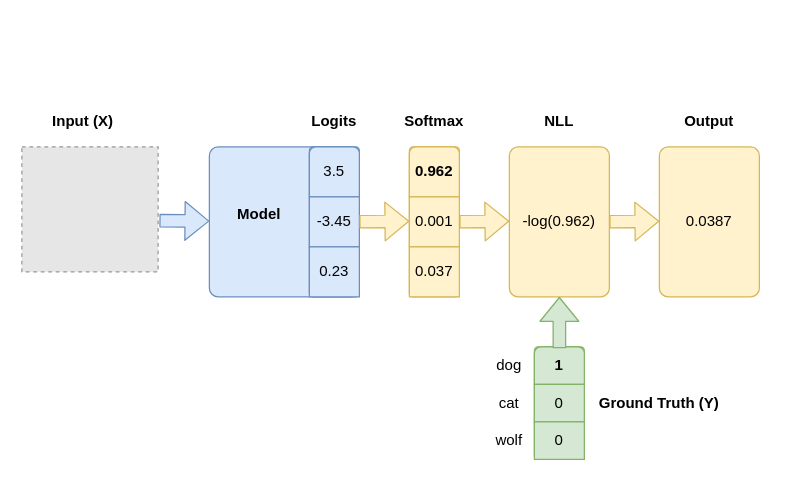
Above: notes/permanent/diagrams/cross-entropy-loss-function.drawio in lextoumbourou/notes (draw.io), before the change. Source tidied: cells renumbered, new cells numbered last; positions are measured from the earlier drawing's top-left corner, leaving out a move shared by most shapes. Both pictures are drawn from the tidied source at 125%, with x=0, y=0 at pixel (21, 109). Pictures stored in the file or linked from it are replaced by grey dashed boxes.
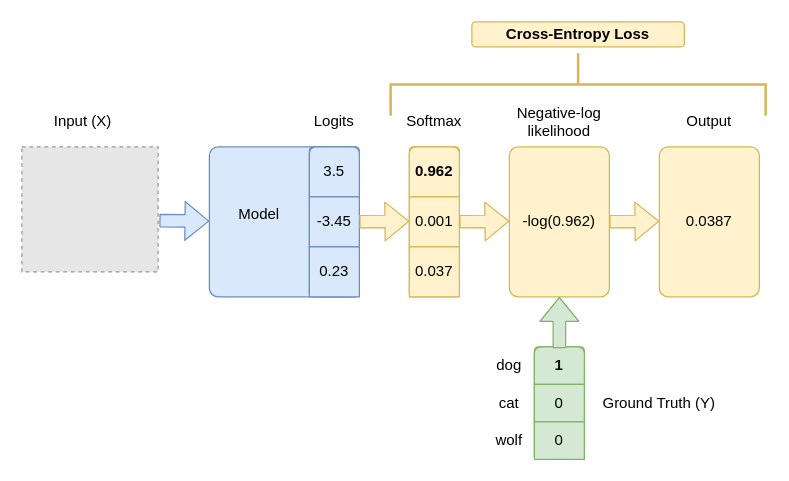
Above is the later version.

Commit message (it also covers changes not shown here):
Another pass at cross-entropy image.

Change to the diagram source:
```diff
@@
-    <mxCell id="3" value="&lt;b&gt;Input (X)&lt;/b&gt;" style="text;html=1;strokeColor=none;fillColor=none;align=center;verticalAlign=middle;whiteSpace=wrap;rounded=0;" parent="1" vertex="1">
+    <mxCell id="3" value="&lt;span&gt;Input (X)&lt;/span&gt;" style="text;html=1;strokeColor=none;fillColor=none;align=center;verticalAlign=middle;whiteSpace=wrap;rounded=0;fontStyle=0;" parent="1" vertex="1">
       <mxGeometry x="9" width="80" height="20" as="geometry" />
     </mxCell>
-    <mxCell id="4" value="&lt;b&gt;Logits&lt;br&gt;&lt;/b&gt;" style="text;html=1;strokeColor=none;fillColor=none;align=center;verticalAlign=middle;whiteSpace=wrap;rounded=0;" parent="1" vertex="1">
+    <mxCell id="4" value="&lt;span&gt;Logits&lt;br&gt;&lt;/span&gt;" style="text;html=1;strokeColor=none;fillColor=none;align=center;verticalAlign=middle;whiteSpace=wrap;rounded=0;fontStyle=0;" parent="1" vertex="1">
       <mxGeometry x="220" width="60" height="20" as="geometry" />
     </mxCell>
@@
-    <mxCell id="8" value="&lt;b&gt;Softmax&lt;br&gt;&lt;/b&gt;" style="text;html=1;strokeColor=none;fillColor=none;align=center;verticalAlign=middle;whiteSpace=wrap;rounded=0;" parent="1" vertex="1">
+    <mxCell id="8" value="&lt;span&gt;Softmax&lt;br&gt;&lt;/span&gt;" style="text;html=1;strokeColor=none;fillColor=none;align=center;verticalAlign=middle;whiteSpace=wrap;rounded=0;fontStyle=0;" parent="1" vertex="1">
       <mxGeometry x="300" width="60" height="20" as="geometry" />
     </mxCell>
-    <mxCell id="9" value="&lt;b&gt;NLL&lt;/b&gt;" style="text;html=1;strokeColor=none;fillColor=none;align=center;verticalAlign=middle;whiteSpace=wrap;rounded=0;" parent="1" vertex="1">
-      <mxGeometry x="410" width="40" height="20" as="geometry" />
+    <mxCell id="9" value="&lt;span&gt;Negative-log likelihood&lt;br&gt;&lt;/span&gt;" style="text;html=1;strokeColor=none;fillColor=none;align=center;verticalAlign=middle;whiteSpace=wrap;rounded=0;fontStyle=0;" parent="1" vertex="1">
+      <mxGeometry x="390" width="80" height="20" as="geometry" />
     </mxCell>
-    <mxCell id="10" value="&lt;b&gt;Ground Truth (Y)&lt;br&gt;&lt;/b&gt;" style="text;html=1;align=center;verticalAlign=middle;whiteSpace=wrap;rounded=0;" parent="1" vertex="1">
+    <mxCell id="10" value="&lt;span&gt;Ground Truth (Y)&lt;br&gt;&lt;/span&gt;" style="text;html=1;align=center;verticalAlign=middle;whiteSpace=wrap;rounded=0;fontStyle=0;" parent="1" vertex="1">
       <mxGeometry x="460" y="225" width="100" height="20" as="geometry" />
     </mxCell>
@@
-    <mxCell id="29" value="&lt;b&gt;Output&lt;br&gt;&lt;/b&gt;" style="text;html=1;strokeColor=none;fillColor=none;align=center;verticalAlign=middle;whiteSpace=wrap;rounded=0;" parent="1" vertex="1">
+    <mxCell id="29" value="&lt;span&gt;Output&lt;br&gt;&lt;/span&gt;" style="text;html=1;strokeColor=none;fillColor=none;align=center;verticalAlign=middle;whiteSpace=wrap;rounded=0;fontStyle=0;" parent="1" vertex="1">
       <mxGeometry x="530" width="40" height="20" as="geometry" />
     </mxCell>
@@
-    <mxCell id="32" value="&lt;b&gt;Model&lt;br&gt;&lt;/b&gt;" style="text;html=1;strokeColor=none;fillColor=none;align=center;verticalAlign=middle;whiteSpace=wrap;rounded=0;" parent="1" vertex="1">
+    <mxCell id="32" value="&lt;span&gt;Model&lt;br&gt;&lt;/span&gt;" style="text;html=1;strokeColor=none;fillColor=none;align=center;verticalAlign=middle;whiteSpace=wrap;rounded=0;fontStyle=0;" parent="1" vertex="1">
       <mxGeometry x="160" y="74.1" width="60" height="20" as="geometry" />
     </mxCell>
+    <mxCell id="33" style="strokeWidth=2;html=1;shape=mxgraph.flowchart.annotation_2;align=left;labelPosition=right;rotation=90;fillColor=#fff2cc;strokeColor=#d6b656;" parent="1" vertex="1">
+      <mxGeometry x="420" y="-170" width="50" height="300" as="geometry" />
+    </mxCell>
+    <mxCell id="34" value="&lt;b&gt;Cross-Entropy Loss&lt;br&gt;&lt;/b&gt;" style="text;html=1;fillColor=#fff2cc;align=center;verticalAlign=middle;whiteSpace=wrap;rounded=1;strokeColor=#d6b656;" parent="1" vertex="1">
+      <mxGeometry x="360" y="-70" width="170" height="20" as="geometry" />
+    </mxCell>
```
